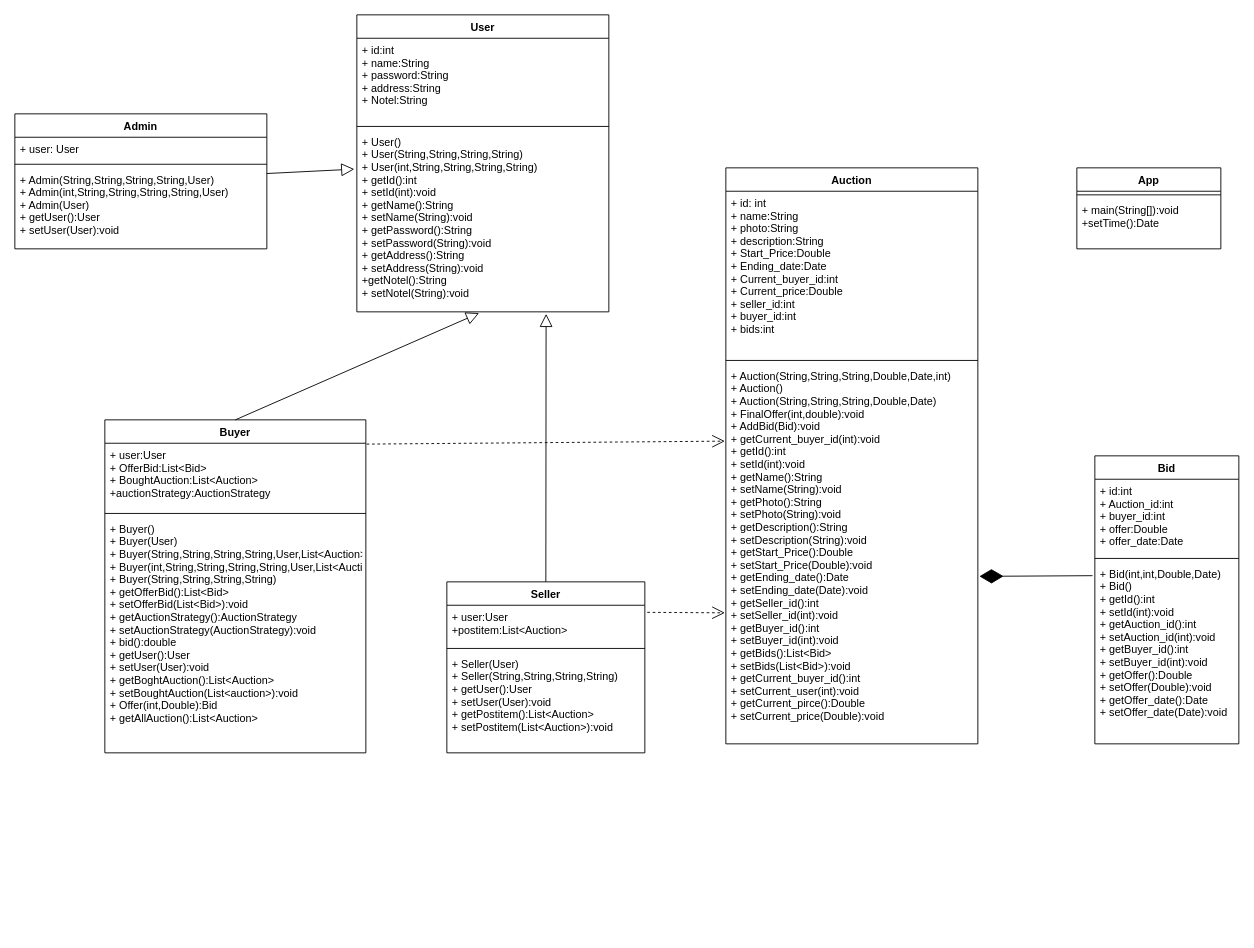
Earlier version of the draw.io diagram Auction.drawio (ShengzheH/CAMT-Auction-Application). Source tidied: cells renumbered, new cells numbered last; positions are measured from the earlier drawing's top-left corner, leaving out a move shared by most shapes. Both pictures are drawn from the tidied source at 90%, with x=0, y=0 at pixel (14, 14).
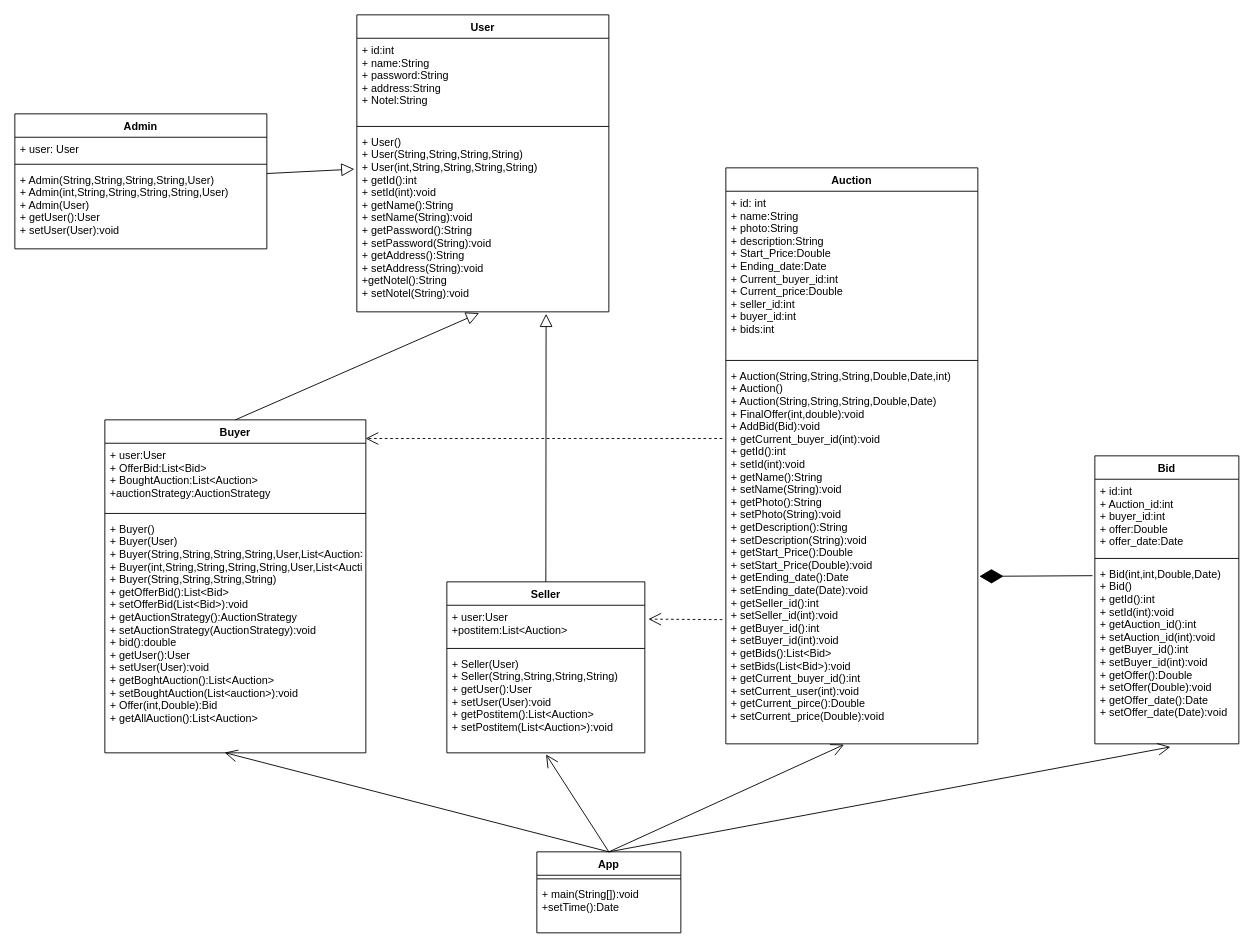
After the change.

Unchanged cells that the change refers to:
```xml
<mxCell id="7" value="+ user:User&#10;+postitem:List&lt;Auction&gt;&#10;" style="text;strokeColor=none;fillColor=none;align=left;verticalAlign=top;spacingLeft=4;spacingRight=4;overflow=hidden;points=[[0,0.5],[1,0.5]];portConstraint=eastwest;" parent="6" vertex="1">
  <mxGeometry y="26" width="220" height="44" as="geometry" />
</mxCell>
<mxCell id="9" value="+ Seller(User)&#10;+ Seller(String,String,String,String)&#10;+ getUser():User&#10;+ setUser(User):void&#10;+ getPostitem():List&lt;Auction&gt;&#10;+ setPostitem(List&lt;Auction&gt;):void&#10;" style="text;strokeColor=none;fillColor=none;align=left;verticalAlign=top;spacingLeft=4;spacingRight=4;overflow=hidden;points=[[0,0.5],[1,0.5]];portConstraint=eastwest;" parent="6" vertex="1">
  <mxGeometry y="78" width="220" height="112" as="geometry" />
</mxCell>
<mxCell id="10" value="Buyer&#10;" style="swimlane;fontStyle=1;align=center;verticalAlign=top;horizontal=1;startSize=26;" parent="1" vertex="1">
  <mxGeometry x="100" y="450" width="290" height="370" as="geometry" />
</mxCell>
<mxCell id="11" value="+ user:User&#10;+ OfferBid:List&lt;Bid&gt;&#10;+ BoughtAuction:List&lt;Auction&gt;&#10;+auctionStrategy:AuctionStrategy&#10;" style="text;strokeColor=none;fillColor=none;align=left;verticalAlign=top;spacingLeft=4;spacingRight=4;overflow=hidden;points=[[0,0.5],[1,0.5]];portConstraint=eastwest;" parent="10" vertex="1">
  <mxGeometry y="26" width="290" height="74" as="geometry" />
</mxCell>
<mxCell id="13" value="+ Buyer()&#10;+ Buyer(User)&#10;+ Buyer(String,String,String,String,User,List&lt;Auction&gt;)&#10;+ Buyer(int,String,String,String,String,User,List&lt;Auction&gt;)&#10;+ Buyer(String,String,String,String)&#10;+ getOfferBid():List&lt;Bid&gt;&#10;+ setOfferBid(List&lt;Bid&gt;):void&#10;+ getAuctionStrategy():AuctionStrategy&#10;+ setAuctionStrategy(AuctionStrategy):void&#10;+ bid():double&#10;+ getUser():User&#10;+ setUser(User):void&#10;+ getBoghtAuction():List&lt;Auction&gt;&#10;+ setBoughtAuction(List&lt;auction&gt;):void&#10;+ Offer(int,Double):Bid&#10;+ getAllAuction():List&lt;Auction&gt;&#10;" style="text;strokeColor=none;fillColor=none;align=left;verticalAlign=top;spacingLeft=4;spacingRight=4;overflow=hidden;points=[[0,0.5],[1,0.5]];portConstraint=eastwest;" parent="10" vertex="1">
  <mxGeometry y="108" width="290" height="262" as="geometry" />
</mxCell>
<mxCell id="17" value="+ Auction(String,String,String,Double,Date,int)&#10;+ Auction()&#10;+ Auction(String,String,String,Double,Date)&#10;+ FinalOffer(int,double):void&#10;+ AddBid(Bid):void&#10;+ getCurrent_buyer_id(int):void&#10;+ getId():int&#10;+ setId(int):void&#10;+ getName():String&#10;+ setName(String):void&#10;+ getPhoto():String&#10;+ setPhoto(String):void&#10;+ getDescription():String&#10;+ setDescription(String):void&#10;+ getStart_Price():Double&#10;+ setStart_Price(Double):void&#10;+ getEnding_date():Date&#10;+ setEnding_date(Date):void&#10;+ getSeller_id():int&#10;+ setSeller_id(int):void&#10;+ getBuyer_id():int&#10;+ setBuyer_id(int):void&#10;+ getBids():List&lt;Bid&gt;&#10;+ setBids(List&lt;Bid&gt;):void&#10;+ getCurrent_buyer_id():int&#10;+ setCurrent_user(int):void&#10;+ getCurrent_pirce():Double&#10;+ setCurrent_price(Double):void&#10;&#10;" style="text;strokeColor=none;fillColor=none;align=left;verticalAlign=top;spacingLeft=4;spacingRight=4;overflow=hidden;points=[[0,0.5],[1,0.5]];portConstraint=eastwest;" parent="14" vertex="1">
  <mxGeometry y="218" width="280" height="422" as="geometry" />
</mxCell>
<mxCell id="28" value="+ Bid(int,int,Double,Date)&#10;+ Bid()&#10;+ getId():int&#10;+ setId(int):void&#10;+ getAuction_id():int&#10;+ setAuction_id(int):void&#10;+ getBuyer_id():int&#10;+ setBuyer_id(int):void&#10;+ getOffer():Double&#10;+ setOffer(Double):void&#10;+ getOffer_date():Date&#10;+ setOffer_date(Date):void&#10;" style="text;strokeColor=none;fillColor=none;align=left;verticalAlign=top;spacingLeft=4;spacingRight=4;overflow=hidden;points=[[0,0.5],[1,0.5]];portConstraint=eastwest;" parent="25" vertex="1">
  <mxGeometry y="118" width="160" height="202" as="geometry" />
</mxCell>
```

The edit, as a diff of the source:
```diff
@@
     <mxCell id="22" value="App&#10;" style="swimlane;fontStyle=1;align=center;verticalAlign=top;horizontal=1;startSize=26;" parent="1" vertex="1">
-      <mxGeometry x="1180" y="170" width="160" height="90" as="geometry" />
+      <mxGeometry x="580" y="930" width="160" height="90" as="geometry" />
     </mxCell>
@@
-    <mxCell id="33" style="endArrow=open;endSize=12;dashed=1;html=1;rounded=0;exitX=1.003;exitY=0.013;exitDx=0;exitDy=0;exitPerimeter=0;entryX=-0.004;entryY=0.203;entryDx=0;entryDy=0;entryPerimeter=0;" parent="1" edge="1" source="11" target="17">
+    <mxCell id="33" style="endArrow=open;endSize=12;dashed=1;html=1;rounded=0;entryX=0.999;entryY=0.056;entryDx=0;entryDy=0;entryPerimeter=0;exitX=-0.014;exitY=0.196;exitDx=0;exitDy=0;exitPerimeter=0;" parent="1" edge="1" source="17" target="10">
       <mxGeometry relative="1" as="geometry" />
     </mxCell>
-    <mxCell id="34" style="endArrow=open;endSize=12;dashed=1;html=1;rounded=0;exitX=1.012;exitY=0.179;exitDx=0;exitDy=0;exitPerimeter=0;entryX=-0.004;entryY=0.655;entryDx=0;entryDy=0;entryPerimeter=0;" parent="1" edge="1" source="7" target="17">
+    <mxCell id="34" style="endArrow=open;endSize=12;dashed=1;html=1;rounded=0;entryX=1.018;entryY=0.35;entryDx=0;entryDy=0;entryPerimeter=0;exitX=-0.014;exitY=0.673;exitDx=0;exitDy=0;exitPerimeter=0;" parent="1" edge="1" source="17" target="7">
       <mxGeometry relative="1" as="geometry" />
     </mxCell>
+    <mxCell id="35" style="endArrow=open;endFill=1;endSize=12;html=1;rounded=0;exitX=0.5;exitY=0;exitDx=0;exitDy=0;entryX=0.459;entryY=0.999;entryDx=0;entryDy=0;entryPerimeter=0;" parent="1" edge="1" source="22" target="13">
+      <mxGeometry relative="1" as="geometry" />
+    </mxCell>
+    <mxCell id="36" style="endArrow=open;endFill=1;endSize=12;html=1;rounded=0;entryX=0.501;entryY=1.016;entryDx=0;entryDy=0;entryPerimeter=0;" parent="1" edge="1" target="9">
+      <mxGeometry relative="1" as="geometry">
+        <mxPoint x="660" y="930" as="sourcePoint" />
+      </mxGeometry>
+    </mxCell>
+    <mxCell id="37" style="endArrow=open;endFill=1;endSize=12;html=1;rounded=0;entryX=0.469;entryY=1.002;entryDx=0;entryDy=0;entryPerimeter=0;" parent="1" edge="1" target="17">
+      <mxGeometry relative="1" as="geometry">
+        <mxPoint x="660" y="930" as="sourcePoint" />
+      </mxGeometry>
+    </mxCell>
+    <mxCell id="38" style="endArrow=open;endFill=1;endSize=12;html=1;rounded=0;entryX=0.525;entryY=1.017;entryDx=0;entryDy=0;entryPerimeter=0;" parent="1" edge="1" target="28">
+      <mxGeometry relative="1" as="geometry">
+        <mxPoint x="660" y="930" as="sourcePoint" />
+      </mxGeometry>
+    </mxCell>
```
